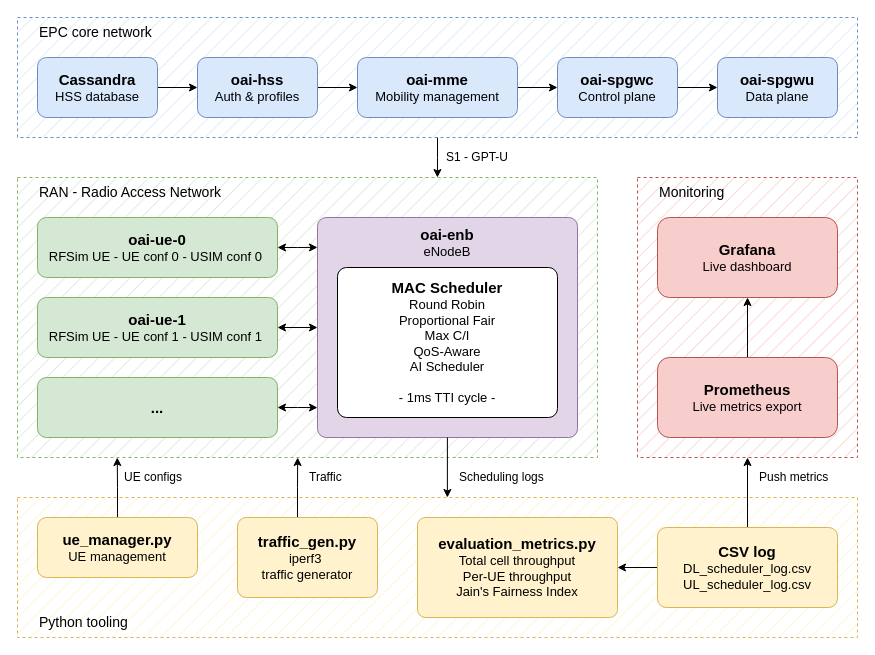
This is Overall Sytem.drawio from Graduation-Project-VHT/Diagrams, a draw.io file, before an edit. Source tidied: cells renumbered, new cells numbered last; positions are measured from the earlier drawing's top-left corner, leaving out a move shared by most shapes. Both pictures are drawn from the tidied source at 100%, with x=0, y=0 at pixel (17, 17).
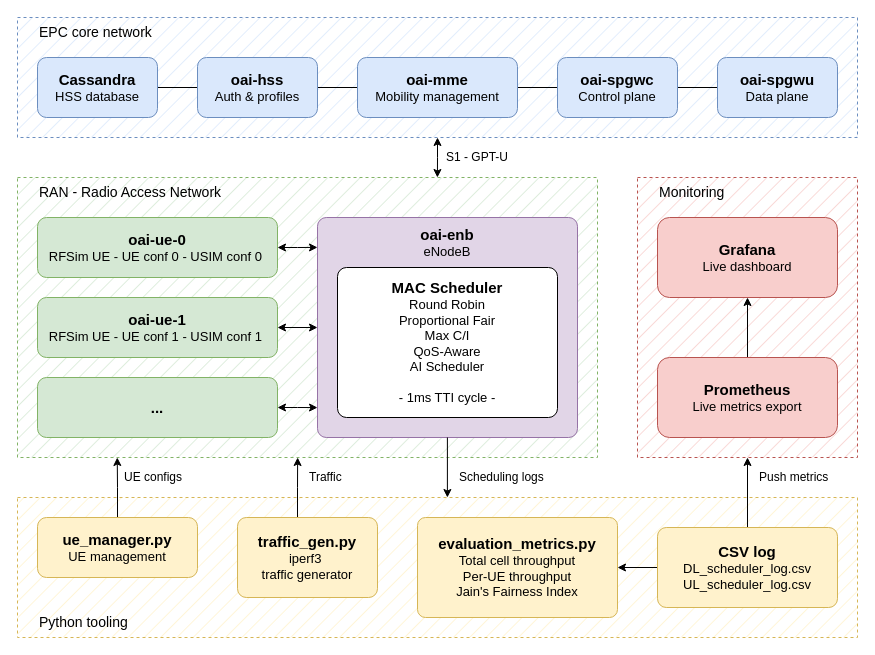
Above is the later version.

Unchanged cells that the change refers to:
```xml
<mxCell id="4" style="rounded=0;whiteSpace=wrap;html=1;dashed=1;fillColor=#d5e8d4;strokeColor=#82b366;fillStyle=hatch;" parent="1" vertex="1">
  <mxGeometry y="160" width="580" height="280" as="geometry" />
</mxCell>
<mxCell id="6" style="rounded=0;whiteSpace=wrap;html=1;dashed=1;fillColor=#dae8fc;strokeColor=#6c8ebf;fillStyle=hatch;" parent="1" vertex="1">
  <mxGeometry width="840" height="120" as="geometry" />
</mxCell>
<mxCell id="8" value="&lt;font style=&quot;font-size: 15px;&quot;&gt;&lt;b&gt;Cassandra&lt;/b&gt;&lt;/font&gt;&lt;div&gt;&lt;font style=&quot;font-size: 13px;&quot;&gt;HSS database&lt;/font&gt;&lt;/div&gt;" style="rounded=1;whiteSpace=wrap;html=1;fillColor=#dae8fc;strokeColor=#6c8ebf;" parent="1" vertex="1">
  <mxGeometry x="20" y="40" width="120" height="60" as="geometry" />
</mxCell>
<mxCell id="10" value="&lt;span style=&quot;font-size: 15px;&quot;&gt;&lt;b&gt;oai-hss&lt;/b&gt;&lt;/span&gt;&lt;br&gt;&lt;div&gt;&lt;font style=&quot;font-size: 13px;&quot;&gt;Auth &amp;amp; profiles&lt;/font&gt;&lt;/div&gt;" style="rounded=1;whiteSpace=wrap;html=1;fillColor=#dae8fc;strokeColor=#6c8ebf;" parent="1" vertex="1">
  <mxGeometry x="180" y="40" width="120" height="60" as="geometry" />
</mxCell>
<mxCell id="12" value="&lt;span style=&quot;font-size: 15px;&quot;&gt;&lt;b&gt;oai-mme&lt;/b&gt;&lt;/span&gt;&lt;div&gt;&lt;span style=&quot;font-size: 13px;&quot;&gt;Mobility management&lt;/span&gt;&lt;/div&gt;" style="rounded=1;whiteSpace=wrap;html=1;fillColor=#dae8fc;strokeColor=#6c8ebf;" parent="1" vertex="1">
  <mxGeometry x="340" y="40" width="160" height="60" as="geometry" />
</mxCell>
<mxCell id="14" value="&lt;span style=&quot;font-size: 15px;&quot;&gt;&lt;b&gt;oai-spgwc&lt;/b&gt;&lt;/span&gt;&lt;div&gt;&lt;span style=&quot;font-size: 13px;&quot;&gt;Control plane&lt;/span&gt;&lt;/div&gt;" style="rounded=1;whiteSpace=wrap;html=1;fillColor=#dae8fc;strokeColor=#6c8ebf;" parent="1" vertex="1">
  <mxGeometry x="540" y="40" width="120" height="60" as="geometry" />
</mxCell>
<mxCell id="15" value="&lt;span style=&quot;font-size: 15px;&quot;&gt;&lt;b&gt;oai-spgwu&lt;/b&gt;&lt;/span&gt;&lt;div&gt;&lt;span style=&quot;font-size: 13px;&quot;&gt;Data plane&lt;/span&gt;&lt;/div&gt;" style="rounded=1;whiteSpace=wrap;html=1;fillColor=#dae8fc;strokeColor=#6c8ebf;" parent="1" vertex="1">
  <mxGeometry x="700" y="40" width="120" height="60" as="geometry" />
</mxCell>
```

What changed in the source:
```diff
@@
-    <mxCell id="5" style="edgeStyle=orthogonalEdgeStyle;rounded=0;jettySize=auto;html=1;entryX=0.724;entryY=0;entryDx=0;entryDy=0;entryPerimeter=0;" parent="1" edge="1" source="6" target="4">
+    <mxCell id="5" style="edgeStyle=orthogonalEdgeStyle;rounded=0;jettySize=auto;html=1;entryX=0.724;entryY=0;entryDx=0;entryDy=0;entryPerimeter=0;startArrow=classic;startFill=1;" parent="1" edge="1" source="6" target="4">
       <mxGeometry relative="1" as="geometry" />
     </mxCell>
@@
-    <mxCell id="7" style="edgeStyle=orthogonalEdgeStyle;rounded=0;jettySize=auto;html=1;" parent="1" edge="1" source="8" target="10">
+    <mxCell id="7" style="edgeStyle=orthogonalEdgeStyle;rounded=0;jettySize=auto;html=1;endArrow=none;endFill=0;" parent="1" edge="1" source="8" target="10">
       <mxGeometry relative="1" as="geometry" />
     </mxCell>
@@
-    <mxCell id="9" style="edgeStyle=orthogonalEdgeStyle;rounded=0;jettySize=auto;html=1;" parent="1" edge="1" source="10" target="12">
+    <mxCell id="9" style="edgeStyle=orthogonalEdgeStyle;rounded=0;jettySize=auto;html=1;endArrow=none;endFill=0;" parent="1" edge="1" source="10" target="12">
       <mxGeometry relative="1" as="geometry" />
     </mxCell>
@@
-    <mxCell id="11" style="edgeStyle=orthogonalEdgeStyle;rounded=0;jettySize=auto;html=1;" parent="1" edge="1" source="12" target="14">
+    <mxCell id="11" style="edgeStyle=orthogonalEdgeStyle;rounded=0;jettySize=auto;html=1;endArrow=none;endFill=0;" parent="1" edge="1" source="12" target="14">
       <mxGeometry relative="1" as="geometry" />
     </mxCell>
@@
-    <mxCell id="13" style="edgeStyle=orthogonalEdgeStyle;rounded=0;jettySize=auto;html=1;" parent="1" edge="1" source="14" target="15">
+    <mxCell id="13" style="edgeStyle=orthogonalEdgeStyle;rounded=0;jettySize=auto;html=1;endArrow=none;endFill=0;" parent="1" edge="1" source="14" target="15">
       <mxGeometry relative="1" as="geometry" />
     </mxCell>
```
